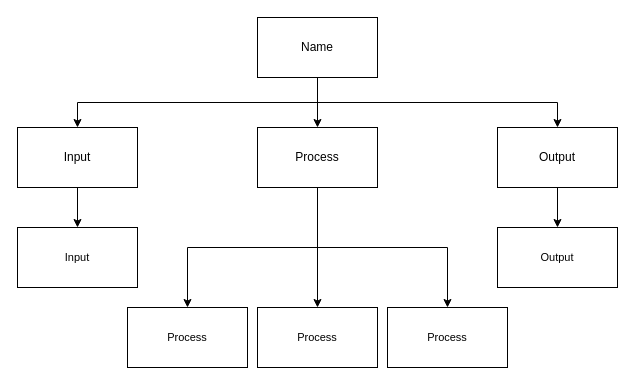
Before: design.drawio in Aleksandr-Ten/ICS3U-Unit4-02-Python, a draw.io diagram. Source tidied: cells renumbered, new cells numbered last; positions are measured from the earlier drawing's top-left corner, leaving out a move shared by most shapes. Both pictures are drawn from the tidied source at 100%, with x=0, y=0 at pixel (17, 17).
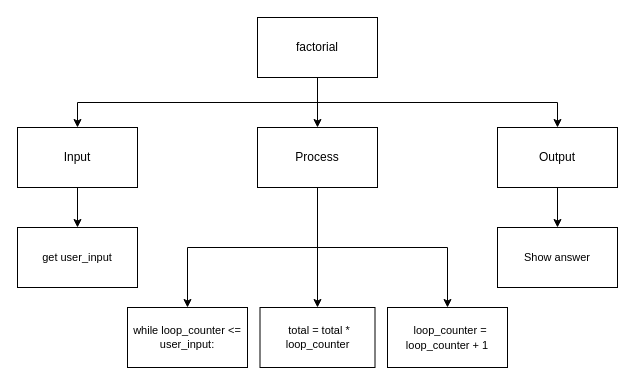
Above is the later version.

Change to the diagram source:
```diff
@@
 <mxGraphModel>
   <root>
     <mxCell id="0" />
     <mxCell id="1" parent="0" />
     <mxCell id="2" style="edgeStyle=none;html=1;exitX=0.5;exitY=1;exitDx=0;exitDy=0;entryX=0.5;entryY=0;entryDx=0;entryDy=0;" parent="1" edge="1" source="5" target="9">
       <mxGeometry relative="1" as="geometry" />
     </mxCell>
     <mxCell id="3" style="edgeStyle=orthogonalEdgeStyle;html=1;exitX=0.5;exitY=1;exitDx=0;exitDy=0;entryX=0.5;entryY=0;entryDx=0;entryDy=0;rounded=0;" parent="1" edge="1" source="5" target="11">
       <mxGeometry relative="1" as="geometry" />
     </mxCell>
     <mxCell id="4" style="edgeStyle=orthogonalEdgeStyle;shape=connector;rounded=0;html=1;labelBackgroundColor=default;fontFamily=Helvetica;fontSize=11;fontColor=default;endArrow=classic;strokeColor=default;exitX=0.5;exitY=1;exitDx=0;exitDy=0;" parent="1" edge="1" source="5" target="13">
       <mxGeometry relative="1" as="geometry" />
     </mxCell>
-    <mxCell id="5" value="Name" style="rounded=0;whiteSpace=wrap;html=1;" parent="1" vertex="1">
+    <mxCell id="5" value="factorial" style="rounded=0;whiteSpace=wrap;html=1;" parent="1" vertex="1">
       <mxGeometry x="240" width="120" height="60" as="geometry" />
     </mxCell>
     <mxCell id="6" style="edgeStyle=orthogonalEdgeStyle;shape=connector;rounded=0;html=1;labelBackgroundColor=default;fontFamily=Helvetica;fontSize=11;fontColor=default;endArrow=classic;strokeColor=default;" parent="1" edge="1" source="9" target="16">
       <mxGeometry relative="1" as="geometry" />
     </mxCell>
     <mxCell id="7" style="edgeStyle=orthogonalEdgeStyle;shape=connector;rounded=0;html=1;exitX=0.5;exitY=1;exitDx=0;exitDy=0;labelBackgroundColor=default;fontFamily=Helvetica;fontSize=11;fontColor=default;endArrow=classic;strokeColor=default;" parent="1" edge="1" source="9" target="15">
       <mxGeometry relative="1" as="geometry" />
     </mxCell>
-    <mxCell id="8" style="edgeStyle=orthogonalEdgeStyle;shape=connector;rounded=0;html=1;exitX=0.5;exitY=1;exitDx=0;exitDy=0;labelBackgroundColor=default;fontFamily=Helvetica;fontSize=11;fontColor=default;endArrow=classic;strokeColor=default;" parent="1" edge="1" source="9" target="17">
-      <mxGeometry relative="1" as="geometry" />
-    </mxCell>
+    <mxCell id="19" style="edgeStyle=orthogonalEdgeStyle;html=1;exitX=0.5;exitY=1;exitDx=0;exitDy=0;entryX=0.5;entryY=0;entryDx=0;entryDy=0;rounded=0;" parent="1" edge="1" source="9" target="8">
+      <mxGeometry relative="1" as="geometry" />
+    </mxCell>
     <mxCell id="9" value="Process" style="rounded=0;whiteSpace=wrap;html=1;" parent="1" vertex="1">
       <mxGeometry x="240" y="110" width="120" height="60" as="geometry" />
     </mxCell>
     <mxCell id="10" style="edgeStyle=orthogonalEdgeStyle;shape=connector;rounded=0;html=1;exitX=0.5;exitY=1;exitDx=0;exitDy=0;labelBackgroundColor=default;fontFamily=Helvetica;fontSize=11;fontColor=default;endArrow=classic;strokeColor=default;" parent="1" edge="1" source="11" target="14">
       <mxGeometry relative="1" as="geometry" />
     </mxCell>
     <mxCell id="11" value="Input" style="rounded=0;whiteSpace=wrap;html=1;" parent="1" vertex="1">
       <mxGeometry y="110" width="120" height="60" as="geometry" />
     </mxCell>
     <mxCell id="12" style="edgeStyle=orthogonalEdgeStyle;shape=connector;rounded=0;html=1;labelBackgroundColor=default;fontFamily=Helvetica;fontSize=11;fontColor=default;endArrow=classic;strokeColor=default;" parent="1" edge="1" source="13" target="18">
       <mxGeometry relative="1" as="geometry" />
     </mxCell>
     <mxCell id="13" value="Output" style="rounded=0;whiteSpace=wrap;html=1;" parent="1" vertex="1">
       <mxGeometry x="480" y="110" width="120" height="60" as="geometry" />
     </mxCell>
-    <mxCell id="14" value="Input" style="rounded=0;whiteSpace=wrap;html=1;fontFamily=Helvetica;fontSize=11;fontColor=default;" parent="1" vertex="1">
+    <mxCell id="14" value="get user_input" style="rounded=0;whiteSpace=wrap;html=1;fontFamily=Helvetica;fontSize=11;fontColor=default;" parent="1" vertex="1">
       <mxGeometry y="210" width="120" height="60" as="geometry" />
     </mxCell>
-    <mxCell id="15" value="Process" style="rounded=0;whiteSpace=wrap;html=1;fontFamily=Helvetica;fontSize=11;fontColor=default;" parent="1" vertex="1">
+    <mxCell id="15" value="&lt;div&gt;while loop_counter &amp;lt;= user_input:&lt;/div&gt;" style="rounded=0;whiteSpace=wrap;html=1;fontFamily=Helvetica;fontSize=11;fontColor=default;" parent="1" vertex="1">
       <mxGeometry x="110" y="290" width="120" height="60" as="geometry" />
     </mxCell>
-    <mxCell id="16" value="Process" style="rounded=0;whiteSpace=wrap;html=1;fontFamily=Helvetica;fontSize=11;fontColor=default;" parent="1" vertex="1">
-      <mxGeometry x="240" y="290" width="120" height="60" as="geometry" />
+    <mxCell id="16" value="&lt;div&gt;&lt;span&gt;&amp;nbsp;total = total * loop_counter&lt;/span&gt;&lt;/div&gt;" style="rounded=0;whiteSpace=wrap;html=1;fontFamily=Helvetica;fontSize=11;fontColor=default;" parent="1" vertex="1">
+      <mxGeometry x="242.5" y="290" width="115" height="60" as="geometry" />
     </mxCell>
-    <mxCell id="17" value="Process" style="rounded=0;whiteSpace=wrap;html=1;fontFamily=Helvetica;fontSize=11;fontColor=default;" parent="1" vertex="1">
-      <mxGeometry x="370" y="290" width="120" height="60" as="geometry" />
-    </mxCell>
-    <mxCell id="18" value="Output" style="rounded=0;whiteSpace=wrap;html=1;fontFamily=Helvetica;fontSize=11;fontColor=default;" parent="1" vertex="1">
+    <mxCell id="18" value="Show answer" style="rounded=0;whiteSpace=wrap;html=1;fontFamily=Helvetica;fontSize=11;fontColor=default;" parent="1" vertex="1">
       <mxGeometry x="480" y="210" width="120" height="60" as="geometry" />
     </mxCell>
+    <mxCell id="8" value="&lt;span style=&quot;font-size: 11px&quot;&gt;&amp;nbsp; loop_counter = loop_counter + 1&lt;/span&gt;" style="rounded=0;whiteSpace=wrap;html=1;" parent="1" vertex="1">
+      <mxGeometry x="370" y="290" width="120" height="60" as="geometry" />
+    </mxCell>
   </root>
 </mxGraphModel>
```
